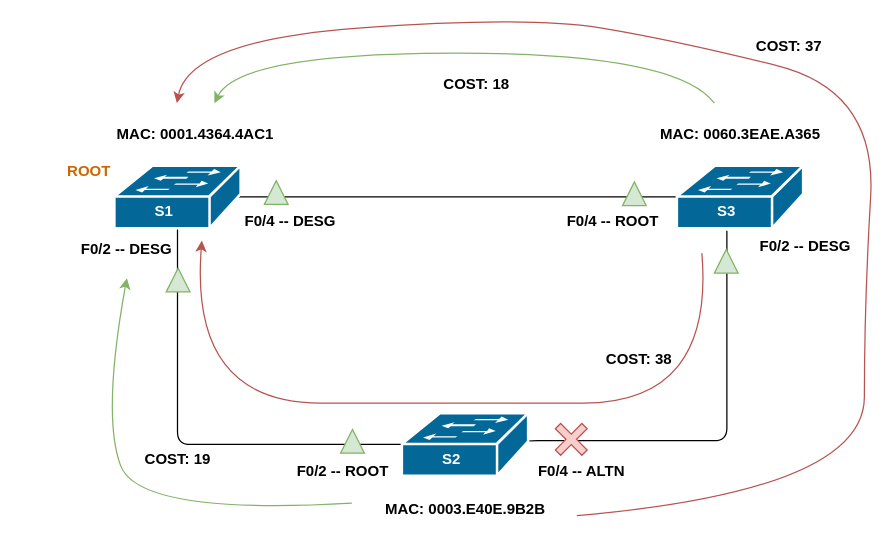
Earlier version of the draw.io diagram labs/[lab_02] Redundancy of local networks. STP/pictures/STP3.drawio (Yabovbel/otus-networks). Source tidied: cells renumbered, new cells numbered last; positions are measured from the earlier drawing's top-left corner, leaving out a move shared by most shapes. Both pictures are drawn from the tidied source at 125%, with x=0, y=0 at pixel (51, 15).
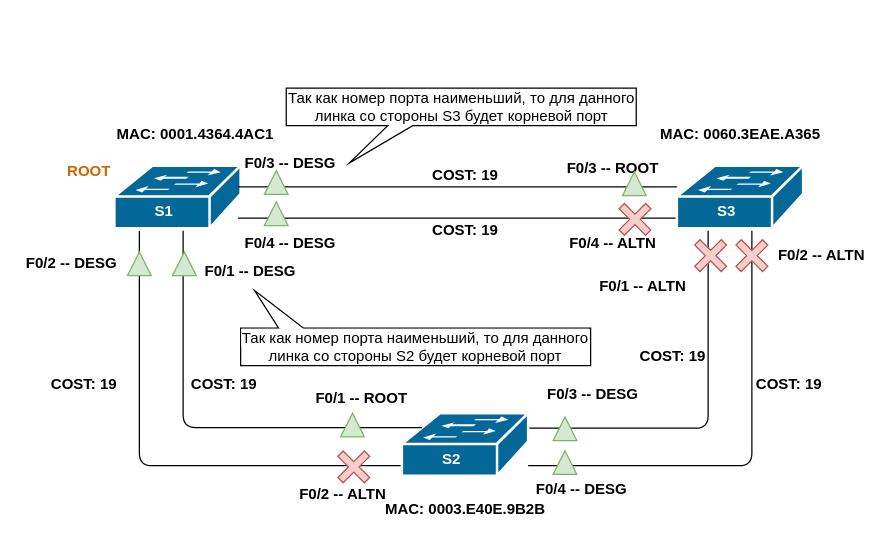
The same diagram, later.

The change refers to these unchanged cells:
```xml
<mxCell id="4" style="shape=mxgraph.cisco.switches.workgroup_switch;sketch=0;html=1;dashed=0;fillColor=#036897;strokeColor=#ffffff;strokeWidth=2;verticalLabelPosition=bottom;verticalAlign=top;align=center;outlineConnect=0;" parent="1" vertex="1">
  <mxGeometry x="50" y="120" width="101" height="50" as="geometry" />
</mxCell>
<mxCell id="6" style="shape=mxgraph.cisco.switches.workgroup_switch;sketch=0;html=1;dashed=0;fillColor=#036897;strokeColor=#ffffff;strokeWidth=2;verticalLabelPosition=bottom;verticalAlign=top;align=center;outlineConnect=0;" parent="1" vertex="1">
  <mxGeometry x="500" y="120" width="101" height="50" as="geometry" />
</mxCell>
<mxCell id="7" style="shape=mxgraph.cisco.switches.workgroup_switch;sketch=0;html=1;dashed=0;fillColor=#036897;strokeColor=#ffffff;strokeWidth=2;verticalLabelPosition=bottom;verticalAlign=top;align=center;outlineConnect=0;" parent="1" vertex="1">
  <mxGeometry x="280" y="318" width="101" height="50" as="geometry" />
</mxCell>
<mxCell id="8" value="&lt;b&gt;S1&lt;/b&gt;" style="text;html=1;strokeColor=none;fillColor=none;align=center;verticalAlign=middle;whiteSpace=wrap;rounded=0;fontColor=#FFFFFF;" parent="1" vertex="1">
  <mxGeometry x="60" y="142" width="60" height="30" as="geometry" />
</mxCell>
<mxCell id="9" value="&lt;b&gt;S3&lt;/b&gt;" style="text;html=1;strokeColor=none;fillColor=none;align=center;verticalAlign=middle;whiteSpace=wrap;rounded=0;fontColor=#FFFFFF;" parent="1" vertex="1">
  <mxGeometry x="510" y="142" width="60" height="30" as="geometry" />
</mxCell>
<mxCell id="10" value="&lt;b&gt;S2&lt;/b&gt;" style="text;html=1;strokeColor=none;fillColor=none;align=center;verticalAlign=middle;whiteSpace=wrap;rounded=0;fontColor=#FFFFFF;" parent="1" vertex="1">
  <mxGeometry x="290" y="340" width="60" height="30" as="geometry" />
</mxCell>
```

What changed in the source:
```diff
@@
-    <mxCell id="2" style="edgeStyle=orthogonalEdgeStyle;rounded=1;jettySize=auto;html=1;exitX=0.5;exitY=0.98;exitDx=0;exitDy=0;exitPerimeter=0;entryX=0;entryY=0.5;entryDx=0;entryDy=0;entryPerimeter=0;strokeColor=default;endArrow=none;endFill=0;" parent="1" edge="1" source="4" target="7">
-      <mxGeometry relative="1" as="geometry" />
+    <mxCell id="2" style="edgeStyle=orthogonalEdgeStyle;rounded=1;jettySize=auto;html=1;strokeColor=default;endArrow=none;endFill=0;" parent="1" edge="1" source="8" target="10">
+      <mxGeometry relative="1" as="geometry">
+        <Array as="points">
+          <mxPoint x="70" y="360" />
+        </Array>
+      </mxGeometry>
     </mxCell>
-    <mxCell id="3" style="edgeStyle=orthogonalEdgeStyle;rounded=1;jettySize=auto;html=1;exitX=0.98;exitY=0.5;exitDx=0;exitDy=0;exitPerimeter=0;entryX=0;entryY=0.5;entryDx=0;entryDy=0;entryPerimeter=0;strokeColor=default;endArrow=none;endFill=0;" parent="1" edge="1" source="4" target="6">
-      <mxGeometry relative="1" as="geometry" />
+    <mxCell id="3" style="edgeStyle=orthogonalEdgeStyle;rounded=1;orthogonalLoop=1;jettySize=auto;html=1;exitX=0.98;exitY=0.5;exitDx=0;exitDy=0;exitPerimeter=0;entryX=0;entryY=0.5;entryDx=0;entryDy=0;entryPerimeter=0;strokeColor=default;endArrow=none;endFill=0;" parent="1" edge="1">
+      <mxGeometry relative="1" as="geometry">
+        <mxPoint x="149" y="162" as="sourcePoint" />
+        <mxPoint x="500" y="162" as="targetPoint" />
+      </mxGeometry>
     </mxCell>
@@
-    <mxCell id="5" style="edgeStyle=orthogonalEdgeStyle;rounded=1;jettySize=auto;html=1;exitX=0.5;exitY=1;exitDx=0;exitDy=0;entryX=0.98;entryY=0.5;entryDx=0;entryDy=0;entryPerimeter=0;strokeColor=default;endArrow=none;endFill=0;startArrow=none;" parent="1" edge="1" source="9" target="7">
+    <mxCell id="5" style="edgeStyle=orthogonalEdgeStyle;rounded=1;jettySize=auto;html=1;strokeColor=default;endArrow=none;endFill=0;startArrow=none;" parent="1" edge="1" source="9" target="7">
       <mxGeometry relative="1" as="geometry">
         <Array as="points">
-          <mxPoint x="540" y="340" />
-          <mxPoint x="379" y="340" />
+          <mxPoint x="560" y="360" />
         </Array>
       </mxGeometry>
     </mxCell>
@@
+    <mxCell id="35" style="edgeStyle=orthogonalEdgeStyle;rounded=1;jettySize=auto;html=1;entryX=0.25;entryY=1;entryDx=0;entryDy=0;endArrow=none;endFill=0;" parent="1" edge="1" source="7" target="9">
+      <mxGeometry relative="1" as="geometry">
+        <Array as="points">
+          <mxPoint x="525" y="330" />
+        </Array>
+      </mxGeometry>
+    </mxCell>
@@
+    <mxCell id="36" style="edgeStyle=orthogonalEdgeStyle;rounded=1;jettySize=auto;html=1;exitX=0.75;exitY=1;exitDx=0;exitDy=0;entryX=0.16;entryY=0.23;entryDx=0;entryDy=0;entryPerimeter=0;endArrow=none;endFill=0;" parent="1" edge="1" source="8" target="7">
+      <mxGeometry relative="1" as="geometry">
+        <Array as="points">
+          <mxPoint x="105" y="330" />
+        </Array>
+      </mxGeometry>
+    </mxCell>
@@
     <mxCell id="15" value="&lt;font color=&quot;#000000&quot;&gt;&lt;b&gt;F0/2 -- DESG&lt;/b&gt;&lt;/font&gt;" style="text;html=1;strokeColor=none;fillColor=none;align=center;verticalAlign=middle;whiteSpace=wrap;rounded=0;fontColor=#CC6600;" parent="1" vertex="1">
-      <mxGeometry x="20" y="172" width="80" height="30" as="geometry" />
+      <mxGeometry x="-24" y="183" width="80" height="30" as="geometry" />
     </mxCell>
-    <mxCell id="16" value="&lt;font color=&quot;#000000&quot;&gt;&lt;b&gt;F0/2 -- ROOT&lt;/b&gt;&lt;/font&gt;" style="text;html=1;strokeColor=none;fillColor=none;align=center;verticalAlign=middle;whiteSpace=wrap;rounded=0;fontColor=#CC6600;" parent="1" vertex="1">
-      <mxGeometry x="190" y="350" width="85.5" height="30" as="geometry" />
+    <mxCell id="16" value="&lt;font color=&quot;#000000&quot;&gt;&lt;b&gt;F0/2 -- ALTN&lt;/b&gt;&lt;/font&gt;" style="text;html=1;strokeColor=none;fillColor=none;align=center;verticalAlign=middle;whiteSpace=wrap;rounded=0;fontColor=#CC6600;" parent="1" vertex="1">
+      <mxGeometry x="190" y="368" width="85.5" height="30" as="geometry" />
     </mxCell>
-    <mxCell id="17" value="&lt;font color=&quot;#000000&quot;&gt;&lt;b&gt;F0/4 -- ALTN&lt;/b&gt;&lt;/font&gt;" style="text;html=1;strokeColor=none;fillColor=none;align=center;verticalAlign=middle;whiteSpace=wrap;rounded=0;fontColor=#CC6600;" parent="1" vertex="1">
-      <mxGeometry x="381" y="350" width="85.5" height="30" as="geometry" />
+    <mxCell id="17" value="&lt;font color=&quot;#000000&quot;&gt;&lt;b&gt;F0/4 -- DESG&lt;/b&gt;&lt;/font&gt;" style="text;html=1;strokeColor=none;fillColor=none;align=center;verticalAlign=middle;whiteSpace=wrap;rounded=0;fontColor=#CC6600;" parent="1" vertex="1">
+      <mxGeometry x="381" y="364" width="85.5" height="30" as="geometry" />
     </mxCell>
-    <mxCell id="18" value="&lt;font color=&quot;#000000&quot;&gt;&lt;b&gt;F0/2 -- DESG&lt;/b&gt;&lt;/font&gt;" style="text;html=1;strokeColor=none;fillColor=none;align=center;verticalAlign=middle;whiteSpace=wrap;rounded=0;fontColor=#CC6600;" parent="1" vertex="1">
-      <mxGeometry x="560" y="170" width="85.5" height="30" as="geometry" />
+    <mxCell id="18" value="&lt;font color=&quot;#000000&quot;&gt;&lt;b&gt;F0/2 -- ALTN&lt;/b&gt;&lt;/font&gt;" style="text;html=1;strokeColor=none;fillColor=none;align=center;verticalAlign=middle;whiteSpace=wrap;rounded=0;fontColor=#CC6600;" parent="1" vertex="1">
+      <mxGeometry x="573" y="177" width="85.5" height="30" as="geometry" />
     </mxCell>
-    <mxCell id="19" value="&lt;font color=&quot;#000000&quot;&gt;&lt;b&gt;F0/4 -- ROOT&lt;/b&gt;&lt;/font&gt;" style="text;html=1;strokeColor=none;fillColor=none;align=center;verticalAlign=middle;whiteSpace=wrap;rounded=0;fontColor=#CC6600;" parent="1" vertex="1">
-      <mxGeometry x="405.5" y="150" width="85.5" height="30" as="geometry" />
+    <mxCell id="19" value="&lt;font color=&quot;#000000&quot;&gt;&lt;b&gt;F0/4 -- ALTN&lt;/b&gt;&lt;/font&gt;" style="text;html=1;strokeColor=none;fillColor=none;align=center;verticalAlign=middle;whiteSpace=wrap;rounded=0;fontColor=#CC6600;" parent="1" vertex="1">
+      <mxGeometry x="405.5" y="167" width="85.5" height="30" as="geometry" />
     </mxCell>
     <mxCell id="20" style="shape=cross;whiteSpace=wrap;html=1;rotation=45;fillColor=#f8cecc;strokeColor=#b85450;" parent="1" vertex="1">
-      <mxGeometry x="400.5" y="324" width="30" height="30" as="geometry" />
+      <mxGeometry x="545" y="177" width="30" height="30" as="geometry" />
     </mxCell>
     <mxCell id="21" value="&lt;font color=&quot;#000000&quot;&gt;&lt;b&gt;F0/4 -- DESG&lt;/b&gt;&lt;/font&gt;" style="text;html=1;strokeColor=none;fillColor=none;align=center;verticalAlign=middle;whiteSpace=wrap;rounded=0;fontColor=#CC6600;" parent="1" vertex="1">
-      <mxGeometry x="151" y="150" width="80" height="30" as="geometry" />
+      <mxGeometry x="151" y="167" width="80" height="30" as="geometry" />
     </mxCell>
-    <mxCell id="22" style="curved=1;endArrow=classic;html=1;rounded=1;strokeColor=#82b366;fontColor=#000000;fillColor=#d5e8d4;" parent="1" edge="1">
-      <mxGeometry relative="1" as="geometry">
-        <mxPoint x="530" y="70" as="sourcePoint" />
-        <mxPoint x="130" y="70" as="targetPoint" />
-        <Array as="points">
-          <mxPoint x="500" y="30" />
-          <mxPoint x="150" y="30" />
-        </Array>
-      </mxGeometry>
-    </mxCell>
-    <mxCell id="23" value="&lt;b&gt;COST: 18&lt;/b&gt;" style="text;html=1;strokeColor=none;fillColor=none;align=center;verticalAlign=middle;whiteSpace=wrap;rounded=0;fontColor=#000000;" parent="1" vertex="1">
-      <mxGeometry x="310" y="40" width="60" height="30" as="geometry" />
+    <mxCell id="23" value="&lt;b&gt;COST: 19&lt;/b&gt;" style="text;html=1;strokeColor=none;fillColor=none;align=center;verticalAlign=middle;whiteSpace=wrap;rounded=0;fontColor=#000000;" parent="1" vertex="1">
+      <mxGeometry x="300.5" y="113" width="60" height="30" as="geometry" />
     </mxCell>
-    <mxCell id="24" style="curved=1;endArrow=classic;html=1;rounded=1;strokeColor=#b85450;fontColor=#000000;fillColor=#f8cecc;" parent="1" edge="1">
-      <mxGeometry relative="1" as="geometry">
-        <mxPoint x="420" y="400" as="sourcePoint" />
-        <mxPoint x="100" y="70" as="targetPoint" />
-        <Array as="points">
-          <mxPoint x="650" y="380" />
-          <mxPoint x="650" y="230" />
-          <mxPoint x="660" y="60" />
-          <mxPoint x="500" y="20" />
-          <mxPoint x="380" />
-          <mxPoint x="110" y="20" />
-        </Array>
-      </mxGeometry>
-    </mxCell>
-    <mxCell id="25" value="&lt;b&gt;COST: 37&lt;br&gt;&lt;/b&gt;" style="text;html=1;strokeColor=none;fillColor=none;align=center;verticalAlign=middle;whiteSpace=wrap;rounded=0;fontColor=#000000;" parent="1" vertex="1">
-      <mxGeometry x="560" y="10" width="60" height="30" as="geometry" />
-    </mxCell>
-    <mxCell id="26" style="curved=1;endArrow=classic;html=1;rounded=1;strokeColor=#82b366;fontColor=#000000;fillColor=#d5e8d4;" parent="1" edge="1">
-      <mxGeometry relative="1" as="geometry">
-        <mxPoint x="240" y="390" as="sourcePoint" />
-        <mxPoint x="60" y="210" as="targetPoint" />
-        <Array as="points">
-          <mxPoint x="70" y="400" />
-          <mxPoint x="40" y="320" />
-        </Array>
-      </mxGeometry>
-    </mxCell>
     <mxCell id="27" value="&lt;b&gt;COST: 19&lt;/b&gt;" style="text;html=1;strokeColor=none;fillColor=none;align=center;verticalAlign=middle;whiteSpace=wrap;rounded=0;fontColor=#000000;" parent="1" vertex="1">
-      <mxGeometry x="70.5" y="340" width="60" height="30" as="geometry" />
+      <mxGeometry x="-4" y="280" width="60" height="30" as="geometry" />
     </mxCell>
-    <mxCell id="28" style="curved=1;endArrow=classic;html=1;rounded=1;strokeColor=#b85450;fontColor=#000000;fillColor=#f8cecc;" parent="1" edge="1">
-      <mxGeometry relative="1" as="geometry">
-        <mxPoint x="520" y="190" as="sourcePoint" />
-        <mxPoint x="120" y="180" as="targetPoint" />
-        <Array as="points">
-          <mxPoint x="530" y="310" />
-          <mxPoint x="320" y="310" />
-          <mxPoint x="110" y="310" />
-        </Array>
-      </mxGeometry>
-    </mxCell>
-    <mxCell id="29" value="&lt;b&gt;COST: 38&lt;br&gt;&lt;/b&gt;" style="text;html=1;strokeColor=none;fillColor=none;align=center;verticalAlign=middle;whiteSpace=wrap;rounded=0;fontColor=#000000;" parent="1" vertex="1">
-      <mxGeometry x="440" y="260" width="60" height="30" as="geometry" />
-    </mxCell>
     <mxCell id="30" style="triangle;whiteSpace=wrap;html=1;rotation=-90;fillColor=#d5e8d4;strokeColor=#82b366;" parent="1" vertex="1">
-      <mxGeometry x="170" y="132" width="19" height="19" as="geometry" />
+      <mxGeometry x="170" y="149" width="19" height="19" as="geometry" />
     </mxCell>
-    <mxCell id="31" style="triangle;whiteSpace=wrap;html=1;rotation=-90;fillColor=#d5e8d4;strokeColor=#82b366;" parent="1" vertex="1">
-      <mxGeometry x="456.5" y="133" width="19" height="19" as="geometry" />
-    </mxCell>
     <mxCell id="32" style="triangle;whiteSpace=wrap;html=1;rotation=-90;fillColor=#d5e8d4;strokeColor=#82b366;" parent="1" vertex="1">
-      <mxGeometry x="91.5" y="202" width="19" height="19" as="geometry" />
+      <mxGeometry x="60.5" y="189" width="19" height="19" as="geometry" />
     </mxCell>
     <mxCell id="33" style="triangle;whiteSpace=wrap;html=1;rotation=-90;fillColor=#d5e8d4;strokeColor=#82b366;" parent="1" vertex="1">
-      <mxGeometry x="231" y="331" width="19" height="19" as="geometry" />
+      <mxGeometry x="231" y="318" width="19" height="19" as="geometry" />
     </mxCell>
     <mxCell id="34" style="triangle;whiteSpace=wrap;html=1;rotation=-90;fillColor=#d5e8d4;strokeColor=#82b366;" parent="1" vertex="1">
-      <mxGeometry x="530" y="187" width="19" height="19" as="geometry" />
+      <mxGeometry x="401" y="348" width="19" height="19" as="geometry" />
     </mxCell>
+    <mxCell id="37" style="edgeStyle=orthogonalEdgeStyle;rounded=1;orthogonalLoop=1;jettySize=auto;html=1;exitX=0.98;exitY=0.5;exitDx=0;exitDy=0;exitPerimeter=0;entryX=0;entryY=0.5;entryDx=0;entryDy=0;entryPerimeter=0;strokeColor=default;endArrow=none;endFill=0;" parent="1" edge="1">
+      <mxGeometry relative="1" as="geometry">
+        <mxPoint x="149" y="137" as="sourcePoint" />
+        <mxPoint x="500" y="137" as="targetPoint" />
+      </mxGeometry>
+    </mxCell>
+    <mxCell id="38" value="&lt;font color=&quot;#000000&quot;&gt;&lt;b&gt;F0/3 -- ROOT&lt;/b&gt;&lt;/font&gt;" style="text;html=1;strokeColor=none;fillColor=none;align=center;verticalAlign=middle;whiteSpace=wrap;rounded=0;fontColor=#CC6600;" parent="1" vertex="1">
+      <mxGeometry x="405.5" y="107" width="85.5" height="30" as="geometry" />
+    </mxCell>
+    <mxCell id="39" value="&lt;font color=&quot;#000000&quot;&gt;&lt;b&gt;F0/3 -- DESG&lt;/b&gt;&lt;/font&gt;" style="text;html=1;strokeColor=none;fillColor=none;align=center;verticalAlign=middle;whiteSpace=wrap;rounded=0;fontColor=#CC6600;" parent="1" vertex="1">
+      <mxGeometry x="151" y="103" width="80" height="30" as="geometry" />
+    </mxCell>
+    <mxCell id="40" style="triangle;whiteSpace=wrap;html=1;rotation=-90;fillColor=#d5e8d4;strokeColor=#82b366;" parent="1" vertex="1">
+      <mxGeometry x="170" y="124" width="19" height="19" as="geometry" />
+    </mxCell>
+    <mxCell id="41" style="triangle;whiteSpace=wrap;html=1;rotation=-90;fillColor=#d5e8d4;strokeColor=#82b366;" parent="1" vertex="1">
+      <mxGeometry x="456.5" y="125" width="19" height="19" as="geometry" />
+    </mxCell>
+    <mxCell id="42" value="Так как номер порта наименьший, то для данного линка со стороны S3 будет корневой порт" style="shape=callout;whiteSpace=wrap;html=1;perimeter=calloutPerimeter;size=30;position=0.29;position2=0.18;" parent="1" vertex="1">
+      <mxGeometry x="187.5" y="58" width="280" height="60" as="geometry" />
+    </mxCell>
+    <mxCell id="43" style="shape=cross;whiteSpace=wrap;html=1;rotation=45;fillColor=#f8cecc;strokeColor=#b85450;" parent="1" vertex="1">
+      <mxGeometry x="451.5" y="148" width="30" height="30" as="geometry" />
+    </mxCell>
+    <mxCell id="44" value="&lt;b&gt;COST: 19&lt;/b&gt;" style="text;html=1;strokeColor=none;fillColor=none;align=center;verticalAlign=middle;whiteSpace=wrap;rounded=0;fontColor=#000000;" parent="1" vertex="1">
+      <mxGeometry x="300.5" y="157" width="60" height="30" as="geometry" />
+    </mxCell>
+    <mxCell id="45" value="&lt;font color=&quot;#000000&quot;&gt;&lt;b&gt;F0/3 -- DESG&lt;/b&gt;&lt;/font&gt;" style="text;html=1;strokeColor=none;fillColor=none;align=center;verticalAlign=middle;whiteSpace=wrap;rounded=0;fontColor=#CC6600;" parent="1" vertex="1">
+      <mxGeometry x="390" y="288" width="85.5" height="30" as="geometry" />
+    </mxCell>
+    <mxCell id="46" style="triangle;whiteSpace=wrap;html=1;rotation=-90;fillColor=#d5e8d4;strokeColor=#82b366;" parent="1" vertex="1">
+      <mxGeometry x="401" y="321" width="19" height="19" as="geometry" />
+    </mxCell>
+    <mxCell id="47" style="shape=cross;whiteSpace=wrap;html=1;rotation=45;fillColor=#f8cecc;strokeColor=#b85450;" parent="1" vertex="1">
+      <mxGeometry x="512" y="177" width="30" height="30" as="geometry" />
+    </mxCell>
+    <mxCell id="48" value="&lt;font color=&quot;#000000&quot;&gt;&lt;b&gt;F0/1 -- ALTN&lt;/b&gt;&lt;/font&gt;" style="text;html=1;strokeColor=none;fillColor=none;align=center;verticalAlign=middle;whiteSpace=wrap;rounded=0;fontColor=#CC6600;" parent="1" vertex="1">
+      <mxGeometry x="430" y="202" width="85.5" height="30" as="geometry" />
+    </mxCell>
+    <mxCell id="49" value="&lt;b&gt;COST: 19&lt;/b&gt;" style="text;html=1;strokeColor=none;fillColor=none;align=center;verticalAlign=middle;whiteSpace=wrap;rounded=0;fontColor=#000000;" parent="1" vertex="1">
+      <mxGeometry x="466.5" y="258" width="60" height="30" as="geometry" />
+    </mxCell>
+    <mxCell id="50" value="&lt;b&gt;COST: 19&lt;/b&gt;" style="text;html=1;strokeColor=none;fillColor=none;align=center;verticalAlign=middle;whiteSpace=wrap;rounded=0;fontColor=#000000;" parent="1" vertex="1">
+      <mxGeometry x="560" y="280" width="60" height="30" as="geometry" />
+    </mxCell>
+    <mxCell id="51" style="shape=callout;whiteSpace=wrap;html=1;perimeter=calloutPerimeter;size=30;position=0.82;position2=0.96;rotation=-180;" parent="1" vertex="1">
+      <mxGeometry x="151" y="220" width="280" height="60" as="geometry" />
+    </mxCell>
+    <mxCell id="52" value="&lt;span style=&quot;background-color: rgb(255, 255, 255);&quot;&gt;Так как номер порта наименьший, то для данного линка со стороны S2 будет корневой порт&lt;/span&gt;" style="text;html=1;strokeColor=none;fillColor=none;align=center;verticalAlign=middle;whiteSpace=wrap;rounded=0;" parent="1" vertex="1">
+      <mxGeometry x="151" y="250" width="280" height="30" as="geometry" />
+    </mxCell>
+    <mxCell id="53" style="triangle;whiteSpace=wrap;html=1;rotation=-90;fillColor=#d5e8d4;strokeColor=#82b366;" parent="1" vertex="1">
+      <mxGeometry x="96.5" y="189" width="19" height="19" as="geometry" />
+    </mxCell>
+    <mxCell id="54" value="&lt;font color=&quot;#000000&quot;&gt;&lt;b&gt;F0/1 -- DESG&lt;/b&gt;&lt;/font&gt;" style="text;html=1;strokeColor=none;fillColor=none;align=center;verticalAlign=middle;whiteSpace=wrap;rounded=0;fontColor=#CC6600;" parent="1" vertex="1">
+      <mxGeometry x="119" y="190" width="80" height="30" as="geometry" />
+    </mxCell>
+    <mxCell id="55" value="&lt;font color=&quot;#000000&quot;&gt;&lt;b&gt;F0/1 -- ROOT&lt;/b&gt;&lt;/font&gt;" style="text;html=1;strokeColor=none;fillColor=none;align=center;verticalAlign=middle;whiteSpace=wrap;rounded=0;fontColor=#CC6600;" parent="1" vertex="1">
+      <mxGeometry x="204.5" y="291" width="85.5" height="30" as="geometry" />
+    </mxCell>
+    <mxCell id="56" style="shape=cross;whiteSpace=wrap;html=1;rotation=45;fillColor=#f8cecc;strokeColor=#b85450;" parent="1" vertex="1">
+      <mxGeometry x="226.5" y="346" width="30" height="30" as="geometry" />
+    </mxCell>
+    <mxCell id="57" value="&lt;b&gt;COST: 19&lt;/b&gt;" style="text;html=1;strokeColor=none;fillColor=none;align=center;verticalAlign=middle;whiteSpace=wrap;rounded=0;fontColor=#000000;" parent="1" vertex="1">
+      <mxGeometry x="108" y="280" width="60" height="30" as="geometry" />
+    </mxCell>
```
